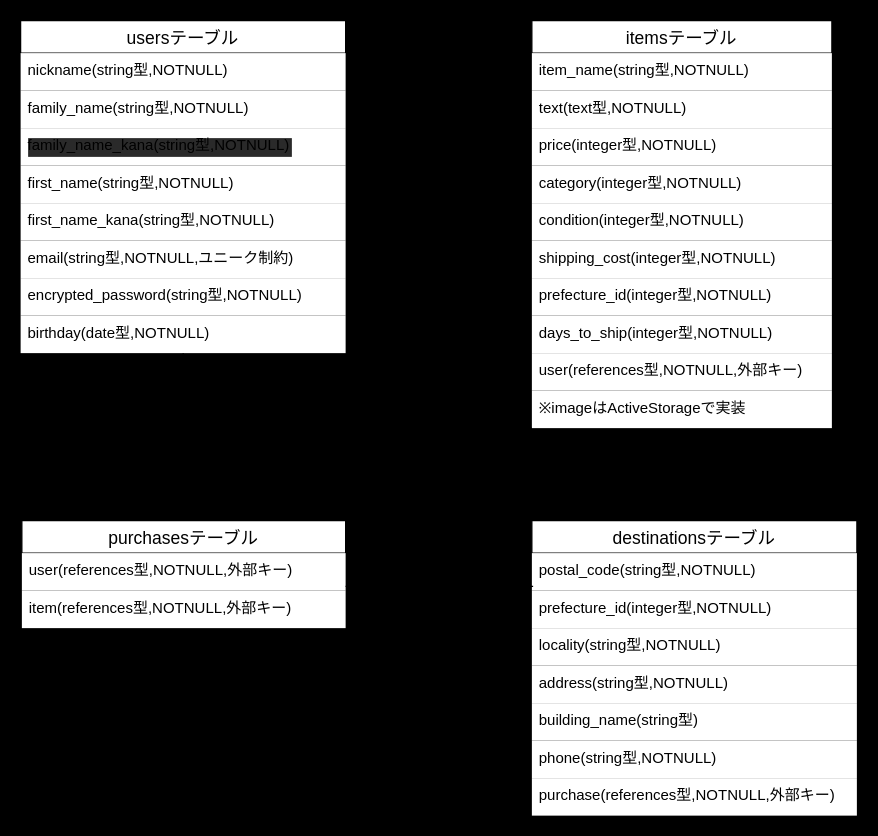
Before: furima_ER.dio in moonlight0905/furima-38587, a draw.io diagram. Source tidied: cells renumbered, new cells numbered last; positions are measured from the earlier drawing's top-left corner, leaving out a move shared by most shapes. Both pictures are drawn from the tidied source at 125%, with x=0, y=0 at pixel (20, 20).
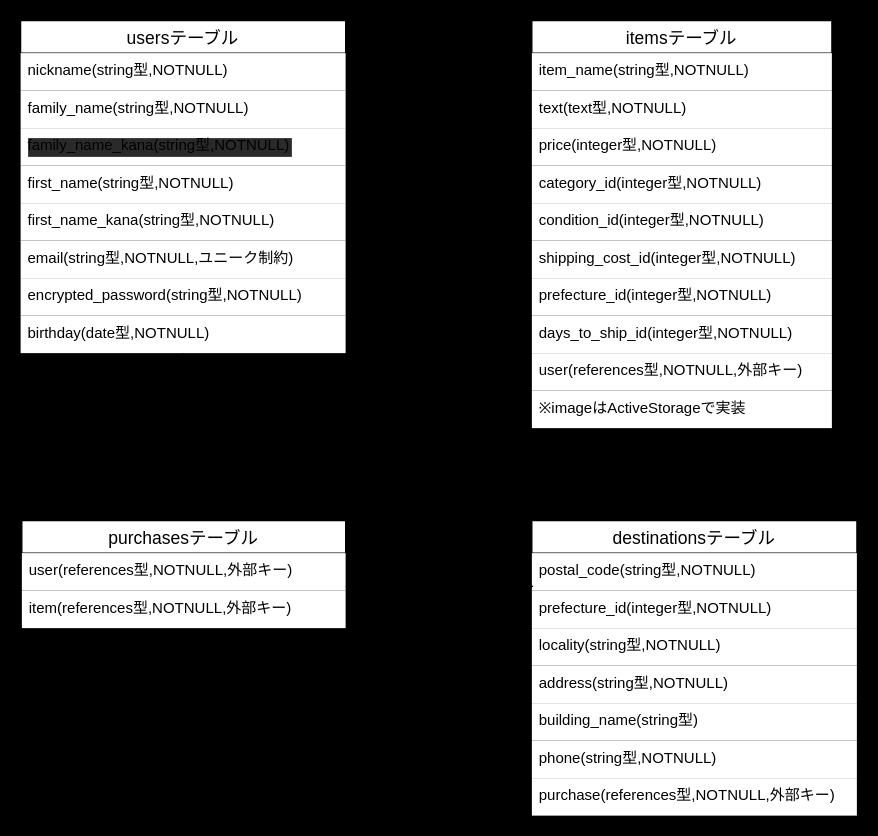
Above is the later version.

Commit message (it also covers changes not shown here):
データベース設計３

The change refers to these unchanged cells:
```xml
<mxCell id="16" value="itemsテーブル" style="swimlane;fontStyle=0;horizontal=1;startSize=26;align=center;fontSize=14;" parent="1" vertex="1">
  <mxGeometry x="409" width="240" height="326" as="geometry" />
</mxCell>
```

Change to the diagram source:
```diff
@@
-    <mxCell id="20" value="category(integer型,NOTNULL)" style="text;strokeColor=none;fillColor=default;spacingLeft=4;spacingRight=4;overflow=hidden;fontSize=12;" parent="16" vertex="1">
+    <mxCell id="20" value="category_id(integer型,NOTNULL)" style="text;strokeColor=none;fillColor=default;spacingLeft=4;spacingRight=4;overflow=hidden;fontSize=12;" parent="16" vertex="1">
       <mxGeometry y="116" width="240" height="30" as="geometry" />
     </mxCell>
-    <mxCell id="21" value="condition(integer型,NOTNULL)" style="text;strokeColor=none;fillColor=default;spacingLeft=4;spacingRight=4;overflow=hidden;fontSize=12;" parent="16" vertex="1">
+    <mxCell id="21" value="condition_id(integer型,NOTNULL)" style="text;strokeColor=none;fillColor=default;spacingLeft=4;spacingRight=4;overflow=hidden;fontSize=12;" parent="16" vertex="1">
       <mxGeometry y="146" width="240" height="30" as="geometry" />
     </mxCell>
-    <mxCell id="22" value="shipping_cost(integer型,NOTNULL)" style="text;strokeColor=none;fillColor=default;spacingLeft=4;spacingRight=4;overflow=hidden;fontSize=12;" parent="16" vertex="1">
+    <mxCell id="22" value="shipping_cost_id(integer型,NOTNULL)" style="text;strokeColor=none;fillColor=default;spacingLeft=4;spacingRight=4;overflow=hidden;fontSize=12;" parent="16" vertex="1">
       <mxGeometry y="176" width="240" height="30" as="geometry" />
     </mxCell>
@@
-    <mxCell id="24" value="days_to_ship(integer型,NOTNULL)" style="text;strokeColor=none;fillColor=default;spacingLeft=4;spacingRight=4;overflow=hidden;fontSize=12;" parent="16" vertex="1">
+    <mxCell id="24" value="days_to_ship_id(integer型,NOTNULL)" style="text;strokeColor=none;fillColor=default;spacingLeft=4;spacingRight=4;overflow=hidden;fontSize=12;" parent="16" vertex="1">
       <mxGeometry y="236" width="240" height="30" as="geometry" />
     </mxCell>
```
